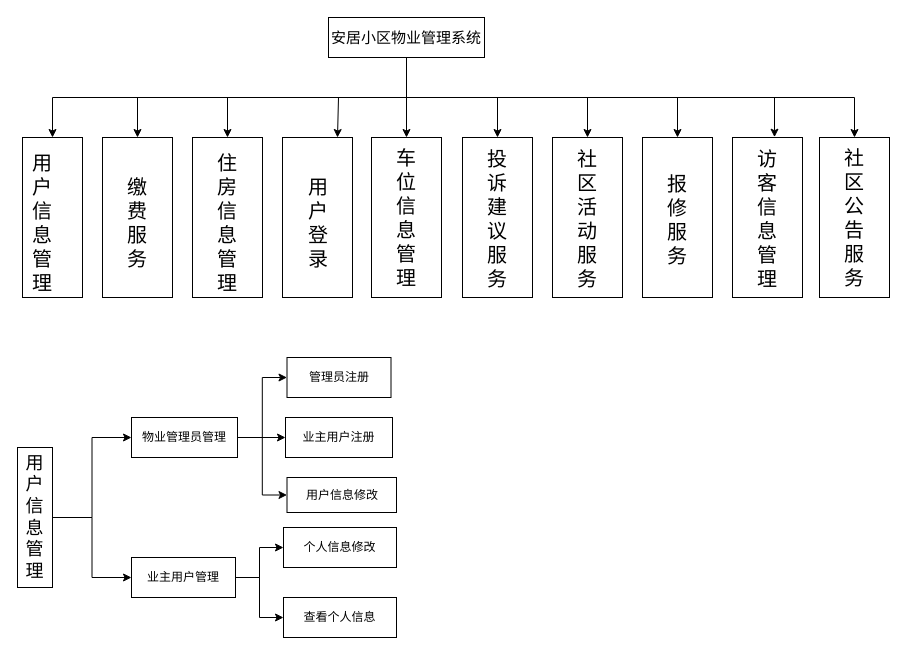
KuChanMaster/PropertiesManager keeps this draw.io diagram as page "第 3 页" (3 of 4) of projectfiles/uml/安居小区物业管理系统.drawio. Above is the earlier version. Source tidied: cells renumbered, new cells numbered last; positions are measured from the earlier drawing's top-left corner, leaving out a move shared by most shapes. Both pictures are drawn from the tidied source at 100%, with x=0, y=0 at pixel (17, 17).
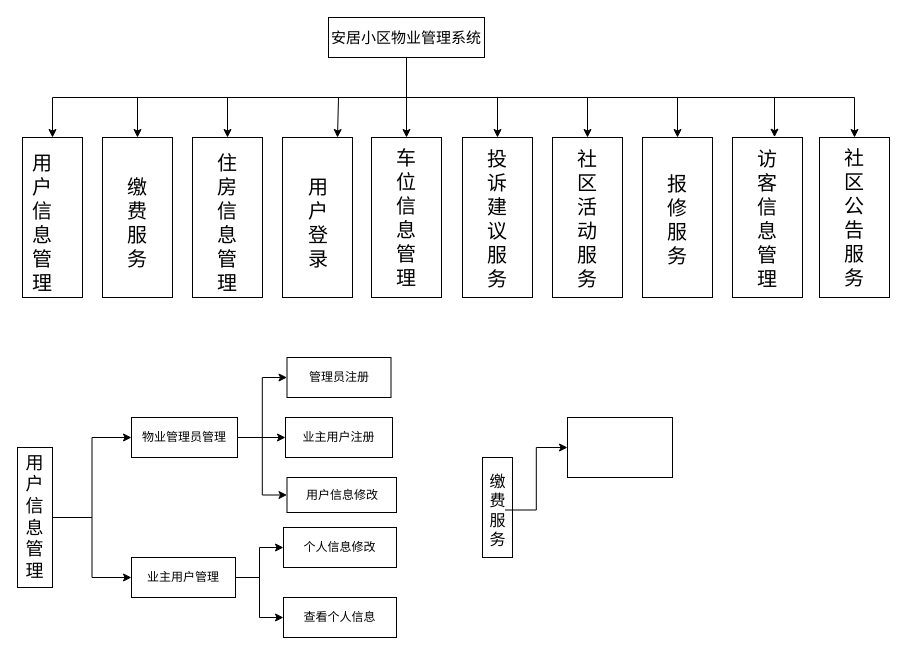
The same diagram, later.

Diff of the diagram source:
```diff
@@
+    <mxCell id="49" style="rounded=0;whiteSpace=wrap;html=1;" parent="1" vertex="1">
+      <mxGeometry x="465" y="440" width="30" height="100" as="geometry" />
+    </mxCell>
+    <mxCell id="50" style="edgeStyle=orthogonalEdgeStyle;rounded=0;jettySize=auto;html=1;" parent="1" edge="1" source="51" target="52">
+      <mxGeometry relative="1" as="geometry" />
+    </mxCell>
+    <mxCell id="51" value="&lt;font style=&quot;font-size: 16px;&quot;&gt;缴费服务&lt;/font&gt;" style="text;html=1;align=center;verticalAlign=middle;whiteSpace=wrap;rounded=0;" parent="1" vertex="1">
+      <mxGeometry x="472.5" y="430" width="15" height="125" as="geometry" />
+    </mxCell>
+    <mxCell id="52" style="whiteSpace=wrap;html=1;" parent="1" vertex="1">
+      <mxGeometry x="550" y="400" width="105" height="60" as="geometry" />
+    </mxCell>
```
